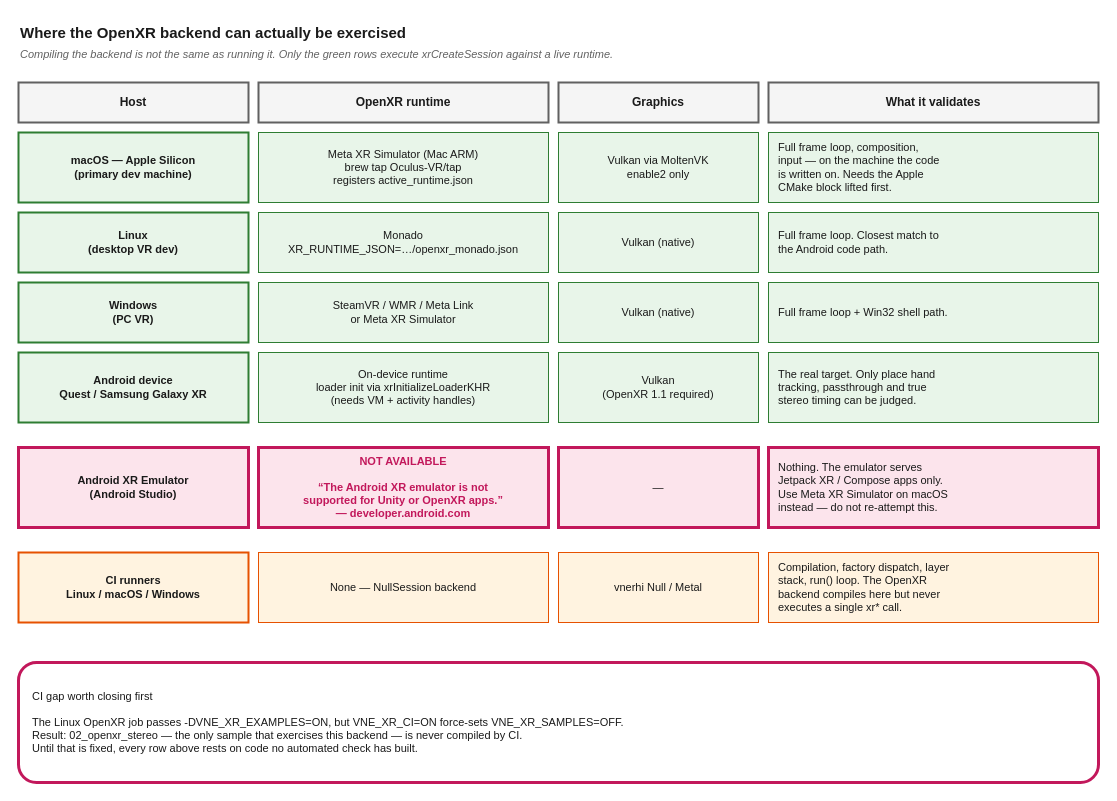
vertexnova/vnexr keeps this draw.io diagram as docs/vertexnova/xr/diagrams/openxr_test_matrix.drawio. Above is the earlier version. Source tidied: cells renumbered, new cells numbered last; positions are measured from the earlier drawing's top-left corner, leaving out a move shared by most shapes. Both pictures are drawn from the tidied source at 100%, with x=0, y=0 at pixel (18, 17).
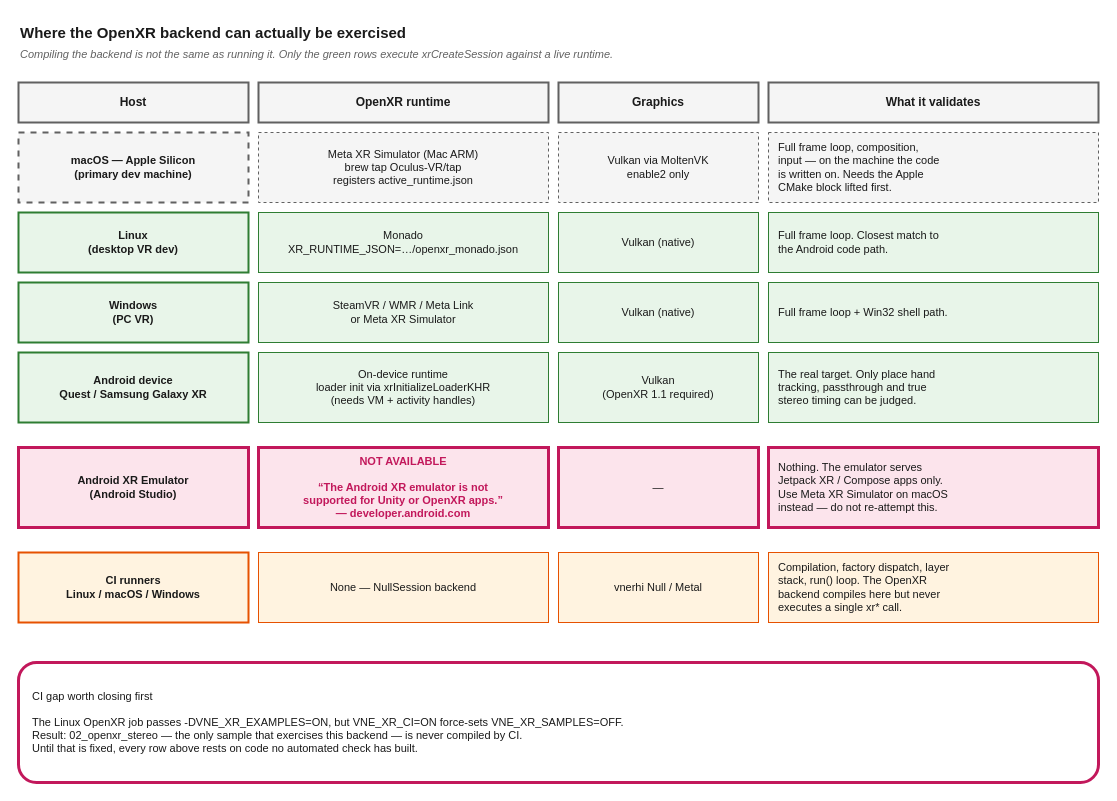
The same diagram, later.

Commit message (it also covers changes not shown here):
Enhance OpenXR session management and update diagrams

Change to the diagram source:
```diff
@@
-    <mxCell id="8" value="macOS — Apple Silicon&#10;(primary dev machine)" style="rounded=0;whiteSpace=wrap;html=1;fillColor=#e8f5e9;strokeColor=#2e7d32;strokeWidth=2;fontSize=11;fontStyle=1;fontColor=#1a1a1a;" parent="1" vertex="1">
+    <mxCell id="8" value="macOS — Apple Silicon&#10;(primary dev machine)" style="rounded=0;whiteSpace=wrap;html=1;fillColor=#f5f5f5;strokeColor=#616161;strokeWidth=2;fontSize=11;fontStyle=1;fontColor=#1a1a1a;dashed=1;" parent="1" vertex="1">
       <mxGeometry y="115" width="230" height="70" as="geometry" />
     </mxCell>
-    <mxCell id="9" value="Meta XR Simulator (Mac ARM)&#10;brew tap Oculus-VR/tap&#10;registers active_runtime.json" style="rounded=0;whiteSpace=wrap;html=1;fillColor=#e8f5e9;strokeColor=#2e7d32;fontSize=11;fontColor=#1a1a1a;" parent="1" vertex="1">
+    <mxCell id="9" value="Meta XR Simulator (Mac ARM)&#10;brew tap Oculus-VR/tap&#10;registers active_runtime.json" style="rounded=0;whiteSpace=wrap;html=1;fillColor=#f5f5f5;strokeColor=#616161;fontSize=11;fontColor=#1a1a1a;dashed=1;" parent="1" vertex="1">
       <mxGeometry x="240" y="115" width="290" height="70" as="geometry" />
     </mxCell>
-    <mxCell id="10" value="Vulkan via MoltenVK&#10;enable2 only" style="rounded=0;whiteSpace=wrap;html=1;fillColor=#e8f5e9;strokeColor=#2e7d32;fontSize=11;fontColor=#1a1a1a;" parent="1" vertex="1">
+    <mxCell id="10" value="Vulkan via MoltenVK&#10;enable2 only" style="rounded=0;whiteSpace=wrap;html=1;fillColor=#f5f5f5;strokeColor=#616161;fontSize=11;fontColor=#1a1a1a;dashed=1;" parent="1" vertex="1">
       <mxGeometry x="540" y="115" width="200" height="70" as="geometry" />
     </mxCell>
-    <mxCell id="11" value="Full frame loop, composition,&#10;input — on the machine the code&#10;is written on. Needs the Apple&#10;CMake block lifted first." style="rounded=0;whiteSpace=wrap;html=1;fillColor=#e8f5e9;strokeColor=#2e7d32;fontSize=11;align=left;spacingLeft=8;fontColor=#1a1a1a;" parent="1" vertex="1">
+    <mxCell id="11" value="Full frame loop, composition,&#10;input — on the machine the code&#10;is written on. Needs the Apple&#10;CMake block lifted first." style="rounded=0;whiteSpace=wrap;html=1;fillColor=#f5f5f5;strokeColor=#616161;fontSize=11;align=left;spacingLeft=8;fontColor=#1a1a1a;dashed=1;" parent="1" vertex="1">
       <mxGeometry x="750" y="115" width="330" height="70" as="geometry" />
     </mxCell>
```
